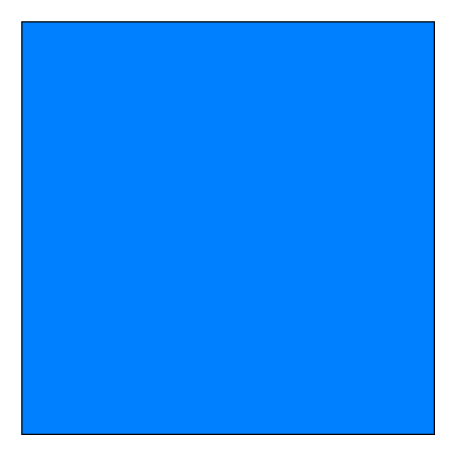
Before: Untitled Diagram.drawio in phil-curran/phil-curran, a draw.io diagram. Source tidied: cells renumbered, new cells numbered last; positions are measured from the earlier drawing's top-left corner, leaving out a move shared by most shapes. Both pictures are drawn from the tidied source at 125%, with x=0, y=0 at pixel (21, 21).
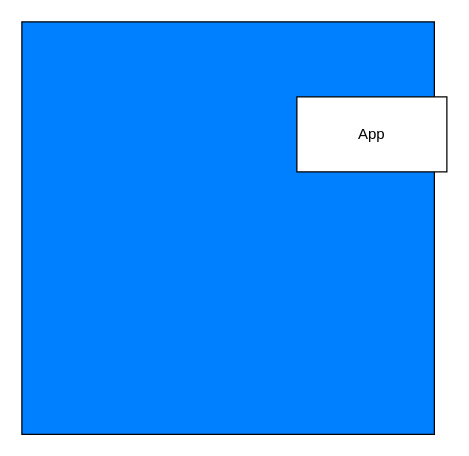
The same page after the edit.

The edit, as a diff of the source:
```diff
@@
 <mxGraphModel>
   <root>
     <mxCell id="0" />
     <mxCell id="1" parent="0" />
     <mxCell id="2" style="whiteSpace=wrap;html=1;fillColor=#007FFF;" parent="1" vertex="1">
       <mxGeometry width="330" height="330" as="geometry" />
     </mxCell>
+    <mxCell id="3" value="App" style="rounded=0;whiteSpace=wrap;html=1;" parent="1" vertex="1">
+      <mxGeometry x="220" y="60" width="120" height="60" as="geometry" />
+    </mxCell>
   </root>
 </mxGraphModel>
```
